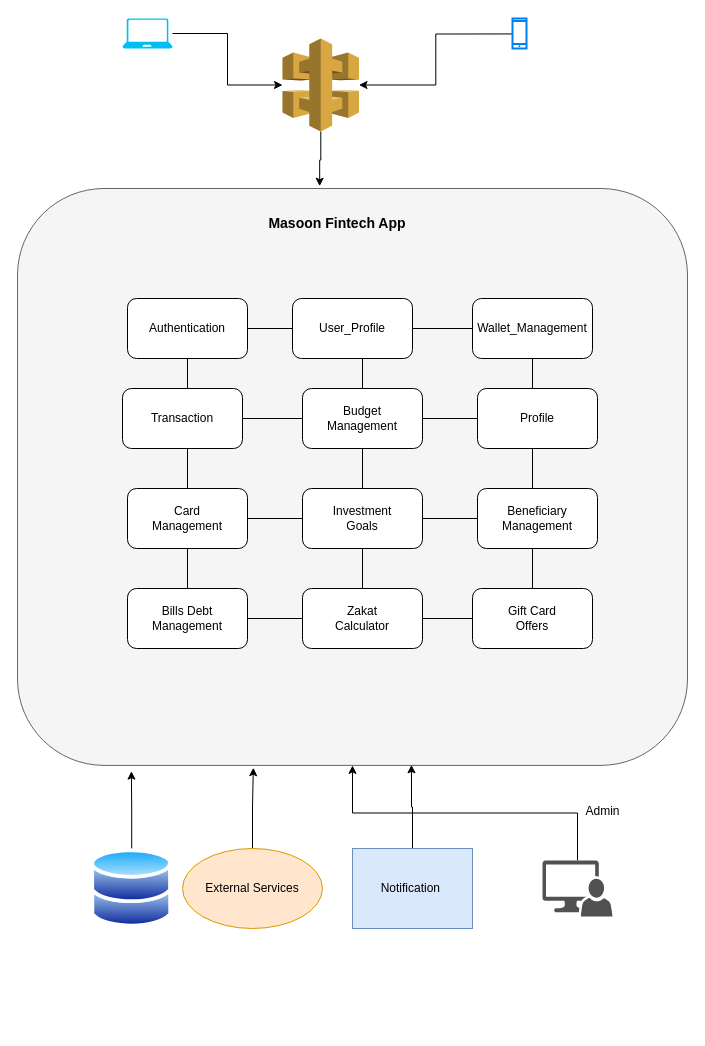
This is FinTechMobileApp.drawio from 4512028/SolutionArchitectDiagrams, a draw.io file, before an edit. Source tidied: cells renumbered, new cells numbered last; positions are measured from the earlier drawing's top-left corner, leaving out a move shared by most shapes. Both pictures are drawn from the tidied source at 100%, with x=0, y=0 at pixel (17, 18).
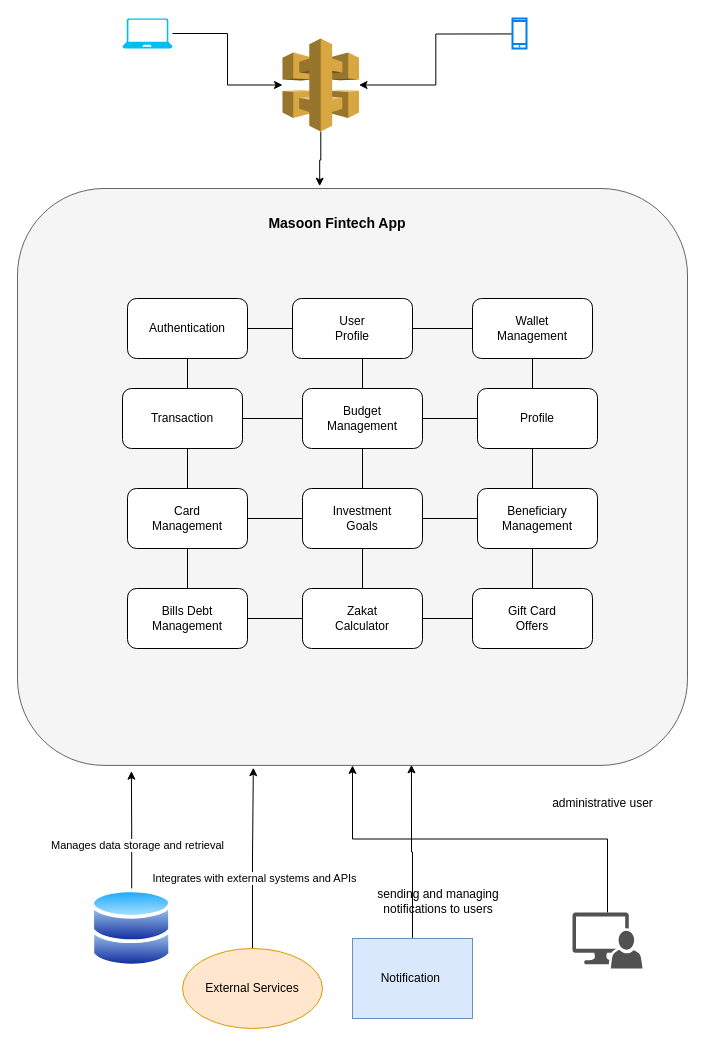
The same page after the edit.

Unchanged cells that the change refers to:
```xml
<mxCell id="29" style="edgeStyle=orthogonalEdgeStyle;rounded=0;jettySize=auto;html=1;entryX=0.17;entryY=1.01;entryDx=0;entryDy=0;entryPerimeter=0;" parent="1" edge="1" source="30" target="6">
  <mxGeometry relative="1" as="geometry" />
</mxCell>
<mxCell id="31" style="edgeStyle=orthogonalEdgeStyle;rounded=0;jettySize=auto;html=1;entryX=0.352;entryY=1.004;entryDx=0;entryDy=0;entryPerimeter=0;" parent="1" edge="1" source="32" target="6">
  <mxGeometry relative="1" as="geometry" />
</mxCell>
```

What changed in the source:
```diff
@@
-    <mxCell id="12" value="Wallet_Management" style="rounded=1;whiteSpace=wrap;html=1;" parent="1" vertex="1">
+    <mxCell id="12" value="Wallet &lt;br&gt;Management" style="rounded=1;whiteSpace=wrap;html=1;" parent="1" vertex="1">
       <mxGeometry x="455" y="280" width="120" height="60" as="geometry" />
     </mxCell>
@@
-    <mxCell id="26" value="User_Profile" style="rounded=1;whiteSpace=wrap;html=1;" parent="1" vertex="1">
+    <mxCell id="26" value="User &lt;br&gt;Profile" style="rounded=1;whiteSpace=wrap;html=1;" parent="1" vertex="1">
       <mxGeometry x="275" y="280" width="120" height="60" as="geometry" />
     </mxCell>
@@
+    <mxCell id="38" value="Manages data storage and retrieval" style="edgeLabel;html=1;align=center;verticalAlign=middle;" parent="29" vertex="1">
+      <mxGeometry x="-0.28" y="-4" relative="1" as="geometry">
+        <mxPoint x="1" y="-2" as="offset" />
+      </mxGeometry>
+    </mxCell>
     <mxCell id="30" style="image;perimeter=ellipsePerimeter;html=1;align=center;shadow=0;dashed=0;spacingTop=3;image=img/lib/active_directory/databases.svg;" parent="1" vertex="1">
-      <mxGeometry x="73.4" y="830" width="81.6" height="80" as="geometry" />
+      <mxGeometry x="73.4" y="870" width="81.6" height="80" as="geometry" />
     </mxCell>
@@
+    <mxCell id="39" value="Integrates with external systems and APIs" style="edgeLabel;html=1;align=center;verticalAlign=middle;" parent="31" vertex="1">
+      <mxGeometry x="-0.22" y="-1" relative="1" as="geometry" />
+    </mxCell>
     <mxCell id="32" value="External Services" style="ellipse;whiteSpace=wrap;html=1;fillColor=#ffe6cc;strokeColor=#d79b00;" parent="1" vertex="1">
-      <mxGeometry x="165" y="830" width="140" height="80" as="geometry" />
+      <mxGeometry x="165" y="930" width="140" height="80" as="geometry" />
     </mxCell>
@@
     <mxCell id="34" value="Notification&amp;nbsp;" style="rounded=0;whiteSpace=wrap;html=1;fillColor=#dae8fc;strokeColor=#6c8ebf;" parent="1" vertex="1">
-      <mxGeometry x="335" y="830" width="120" height="80" as="geometry" />
+      <mxGeometry x="335" y="920" width="120" height="80" as="geometry" />
     </mxCell>
@@
     <mxCell id="36" style="sketch=0;shadow=0;dashed=0;html=1;strokeColor=none;labelPosition=center;verticalLabelPosition=bottom;verticalAlign=top;align=center;fillColor=#515151;shape=mxgraph.mscae.system_center.admin_console;" parent="1" vertex="1">
-      <mxGeometry x="525" y="842" width="70" height="56" as="geometry" />
+      <mxGeometry x="555" y="894" width="70" height="56" as="geometry" />
     </mxCell>
-    <mxCell id="37" value="Admin" style="text;html=1;align=center;verticalAlign=middle;strokeColor=none;fillColor=none;" parent="1" vertex="1">
-      <mxGeometry x="555" y="778" width="60" height="30" as="geometry" />
+    <mxCell id="37" value="administrative user" style="text;html=1;align=center;verticalAlign=middle;strokeColor=none;fillColor=none;" parent="1" vertex="1">
+      <mxGeometry x="525" y="770" width="120" height="30" as="geometry" />
     </mxCell>
+    <mxCell id="40" value="sending and managing notifications to users" style="text;html=1;strokeColor=none;fillColor=none;align=center;verticalAlign=middle;whiteSpace=wrap;rounded=0;" parent="1" vertex="1">
+      <mxGeometry x="346.8" y="870" width="148.2" height="25" as="geometry" />
+    </mxCell>
```
